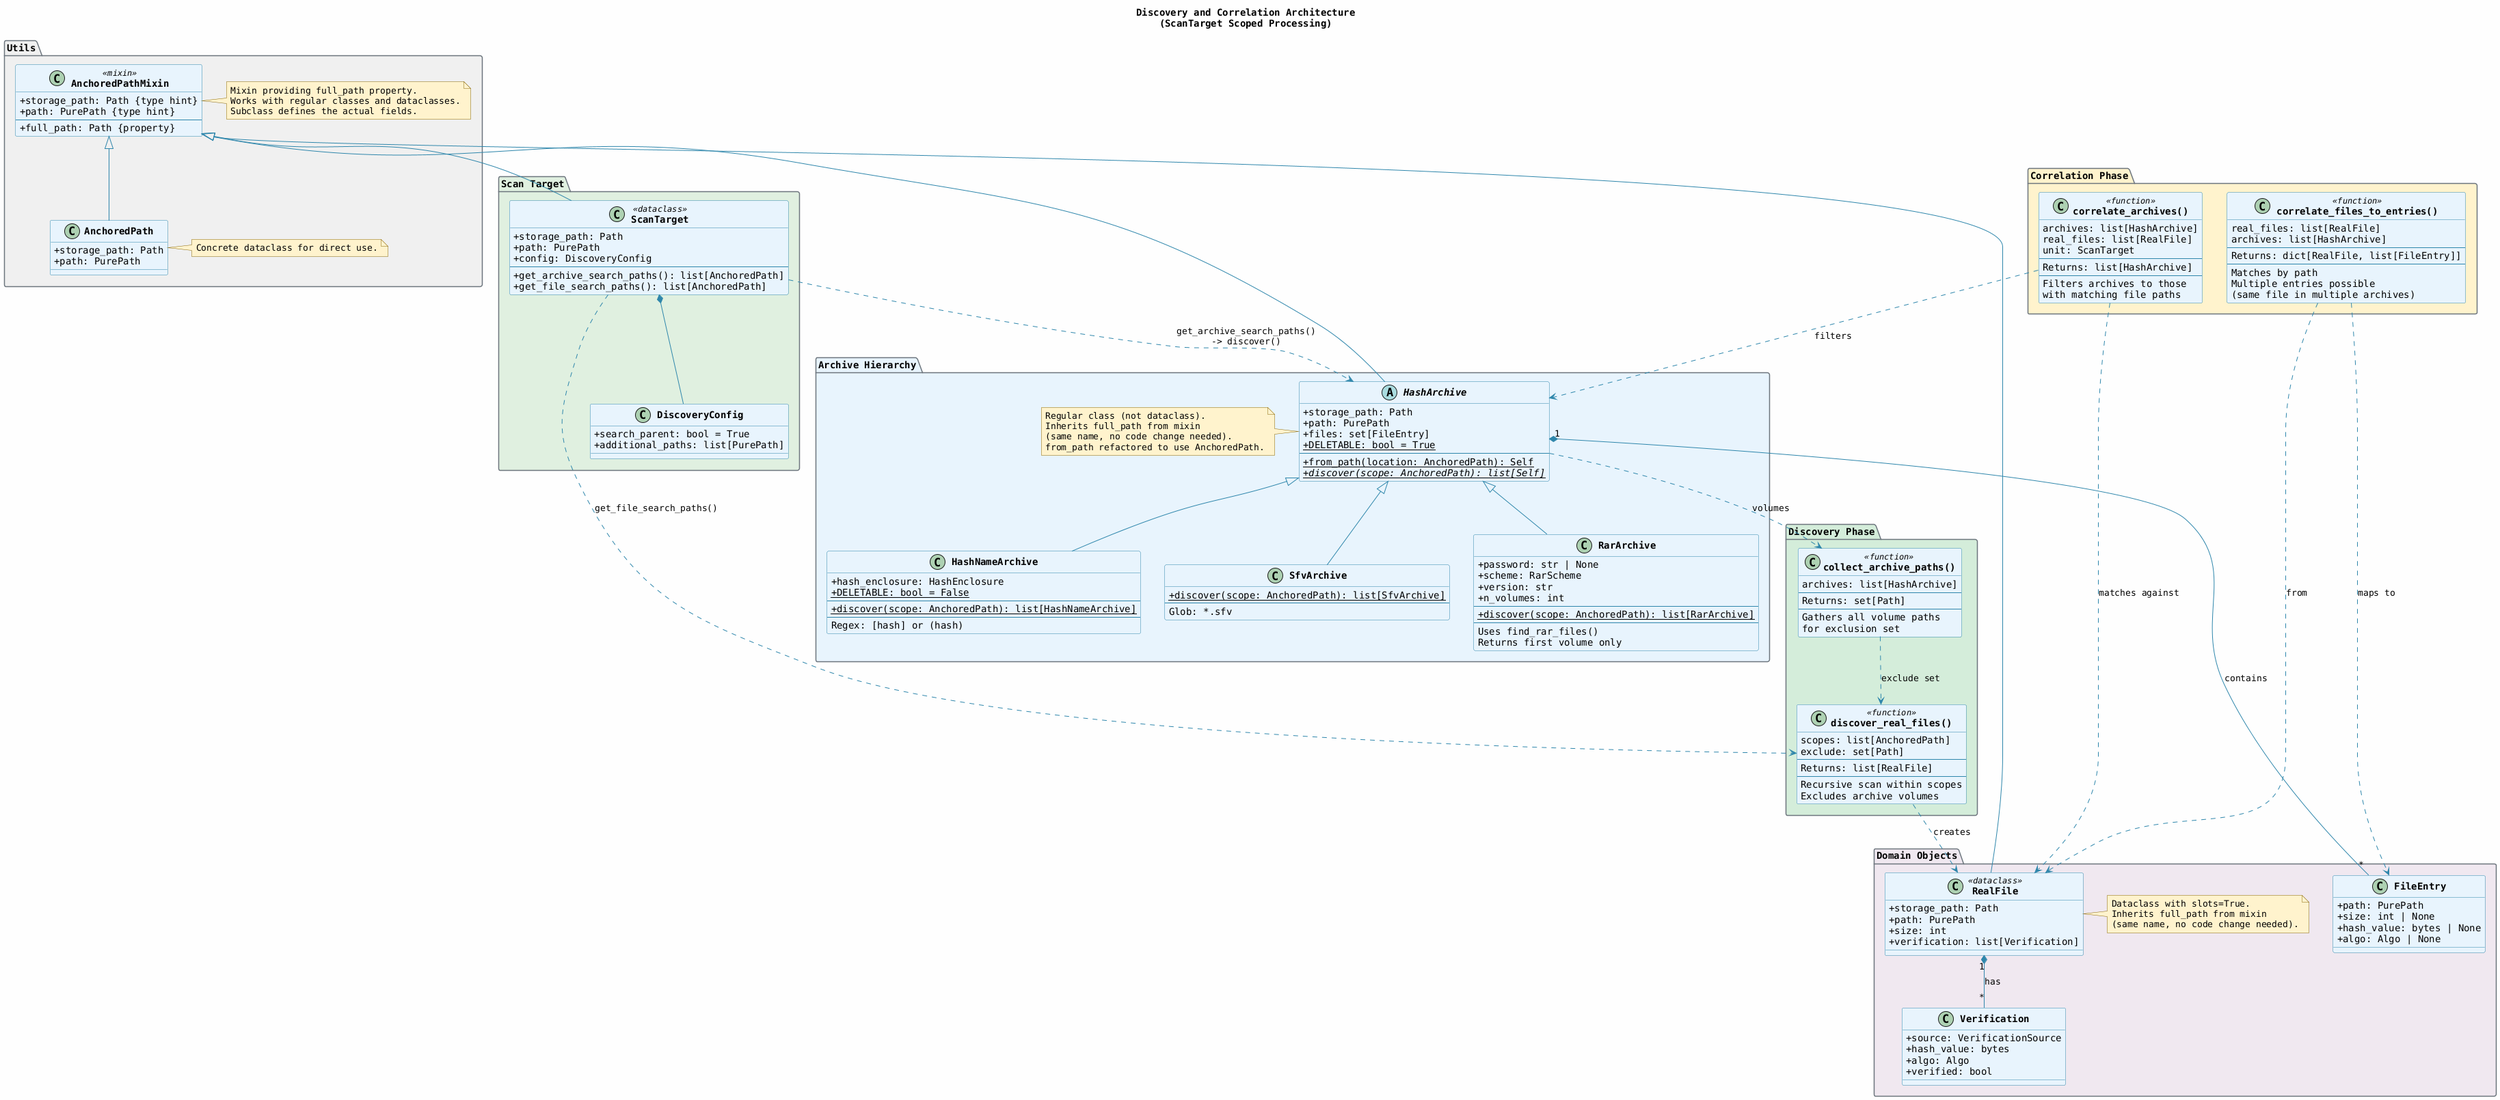
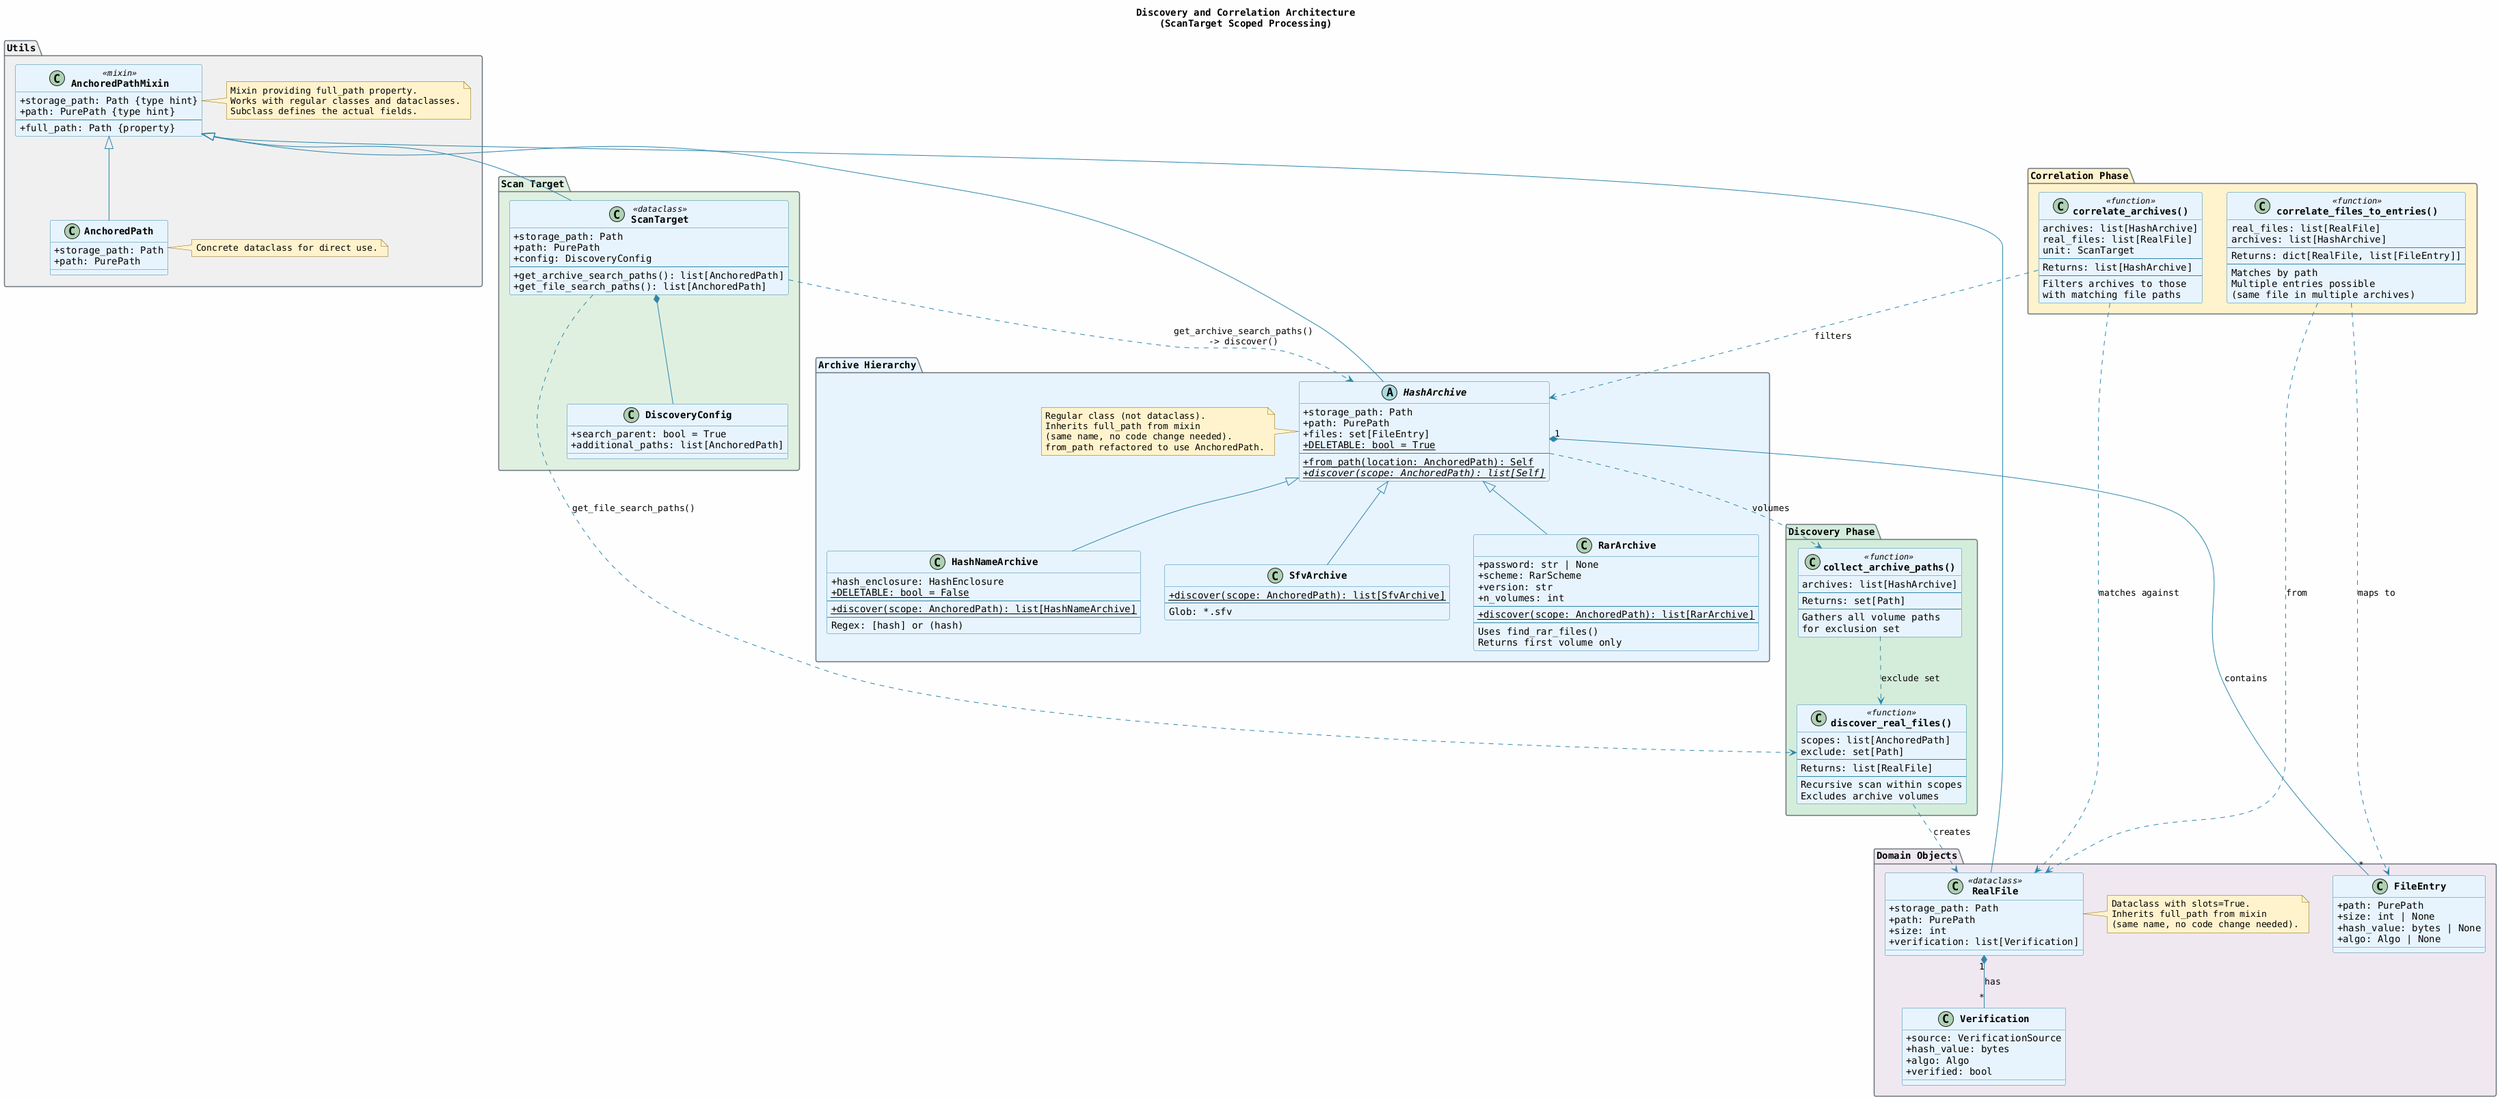
@startuml Discovery and Correlation Architecture

skinparam backgroundColor #FEFEFE
skinparam shadowing false
skinparam defaultFontName Monospaced
skinparam classAttributeIconSize 0
skinparam classFontStyle bold

skinparam class {
    BackgroundColor #E8F4FD
    BorderColor #2E86AB
    ArrowColor #2E86AB
}

skinparam package {
    BackgroundColor #F8F9FA
    BorderColor #6C757D
}

skinparam note {
    BackgroundColor #FFF3CD
    BorderColor #856404
}

title Discovery and Correlation Architecture\n(ScanTarget Scoped Processing)

package "Utils" #F0F0F0 {
    class AnchoredPathMixin <<mixin>> {
        +storage_path: Path {type hint}
        +path: PurePath {type hint}
        --
        +full_path: Path {property}
    }

    class AnchoredPath {
        +storage_path: Path
        +path: PurePath
    }

    note right of AnchoredPathMixin
        Mixin providing full_path property.
        Works with regular classes and dataclasses.
        Subclass defines the actual fields.
    end note

    note right of AnchoredPath
        Concrete dataclass for direct use.
    end note

    AnchoredPathMixin <|-- AnchoredPath
}

package "Scan Target" #E0F0E0 {
    class DiscoveryConfig {
        +search_parent: bool = True
-         +additional_paths: list[PurePath]
+         +additional_paths: list[AnchoredPath]
    }

    class ScanTarget <<dataclass>> {
        +storage_path: Path
        +path: PurePath
        +config: DiscoveryConfig
        --
        +get_archive_search_paths(): list[AnchoredPath]
        +get_file_search_paths(): list[AnchoredPath]
    }

    ScanTarget *-- DiscoveryConfig
}

AnchoredPathMixin <|-- ScanTarget

package "Archive Hierarchy" #E8F4FD {
    abstract class HashArchive {
        +storage_path: Path
        +path: PurePath
        +files: set[FileEntry]
        {static} +DELETABLE: bool = True
        --
        {static} +from_path(location: AnchoredPath): Self
        {abstract} {static} +discover(scope: AnchoredPath): list[Self]
    }
    note left of HashArchive
        Regular class (not dataclass).
        Inherits full_path from mixin
        (same name, no code change needed).
        from_path refactored to use AnchoredPath.
    end note

    class SfvArchive {
        {static} +discover(scope: AnchoredPath): list[SfvArchive]
        --
        Glob: *.sfv
    }

    class RarArchive {
        +password: str | None
        +scheme: RarScheme
        +version: str
        +n_volumes: int
        --
        {static} +discover(scope: AnchoredPath): list[RarArchive]
        --
        Uses find_rar_files()
        Returns first volume only
    }

    class HashNameArchive {
        +hash_enclosure: HashEnclosure
        {static} +DELETABLE: bool = False
        --
        {static} +discover(scope: AnchoredPath): list[HashNameArchive]
        --
        Regex: [hash] or (hash)
    }

    HashArchive <|-- SfvArchive
    HashArchive <|-- RarArchive
    HashArchive <|-- HashNameArchive
}

package "Discovery Phase" #D4EDDA {
    class "discover_real_files()" as DiscoverFiles <<function>> {
        scopes: list[AnchoredPath]
        exclude: set[Path]
        --
        Returns: list[RealFile]
        --
        Recursive scan within scopes
        Excludes archive volumes
    }

    class "collect_archive_paths()" as CollectPaths <<function>> {
        archives: list[HashArchive]
        --
        Returns: set[Path]
        --
        Gathers all volume paths
        for exclusion set
    }
}

package "Correlation Phase" #FFF3CD {
    class "correlate_archives()" as CorrelateArchives <<function>> {
        archives: list[HashArchive]
        real_files: list[RealFile]
        unit: ScanTarget
        --
        Returns: list[HashArchive]
        --
        Filters archives to those
        with matching file paths
    }

    class "correlate_files_to_entries()" as CorrelateFiles <<function>> {
        real_files: list[RealFile]
        archives: list[HashArchive]
        --
        Returns: dict[RealFile, list[FileEntry]]
        --
        Matches by path
        Multiple entries possible
        (same file in multiple archives)
    }
}

package "Domain Objects" #F0E8F0 {
    class FileEntry {
        +path: PurePath
        +size: int | None
        +hash_value: bytes | None
        +algo: Algo | None
    }

    class RealFile <<dataclass>> {
        +storage_path: Path
        +path: PurePath
        +size: int
        +verification: list[Verification]
    }
    note right of RealFile
        Dataclass with slots=True.
        Inherits full_path from mixin
        (same name, no code change needed).
    end note

    class Verification {
        +source: VerificationSource
        +hash_value: bytes
        +algo: Algo
        +verified: bool
    }

    HashArchive "1" *-- "*" FileEntry : contains
    RealFile "1" *-- "*" Verification : has
}

AnchoredPathMixin <|-- HashArchive
AnchoredPathMixin <|-- RealFile

' Relationships
ScanTarget ..> HashArchive : "get_archive_search_paths()\n-> discover()"
ScanTarget ..> DiscoverFiles : "get_file_search_paths()"
HashArchive ..> CollectPaths : volumes
CollectPaths ..> DiscoverFiles : exclude set
DiscoverFiles ..> RealFile : creates
CorrelateArchives ..> HashArchive : filters
CorrelateArchives ..> RealFile : matches against
CorrelateFiles ..> FileEntry : maps to
CorrelateFiles ..> RealFile : from

@enduml
